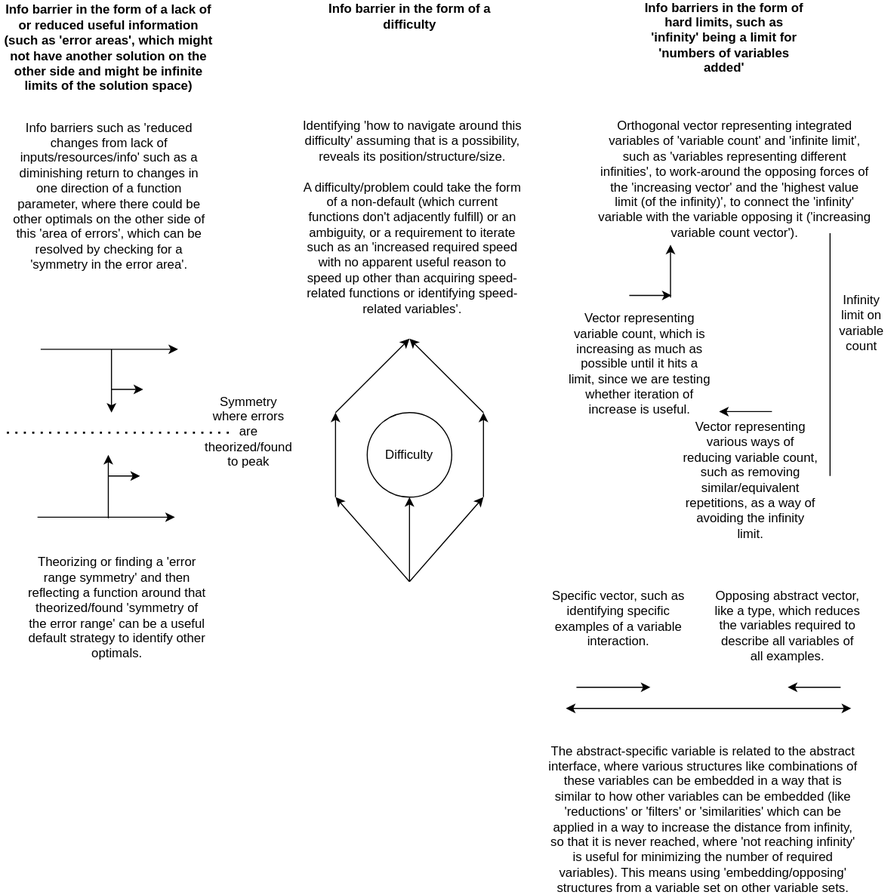
Above: docs/objects/info_barriers.drawio.svg in outdreamer/build-a-cure (draw.io), before the change. Source tidied: cells renumbered, new cells last; positions are measured from the earlier drawing's top-left corner, leaving out a move shared by most shapes.
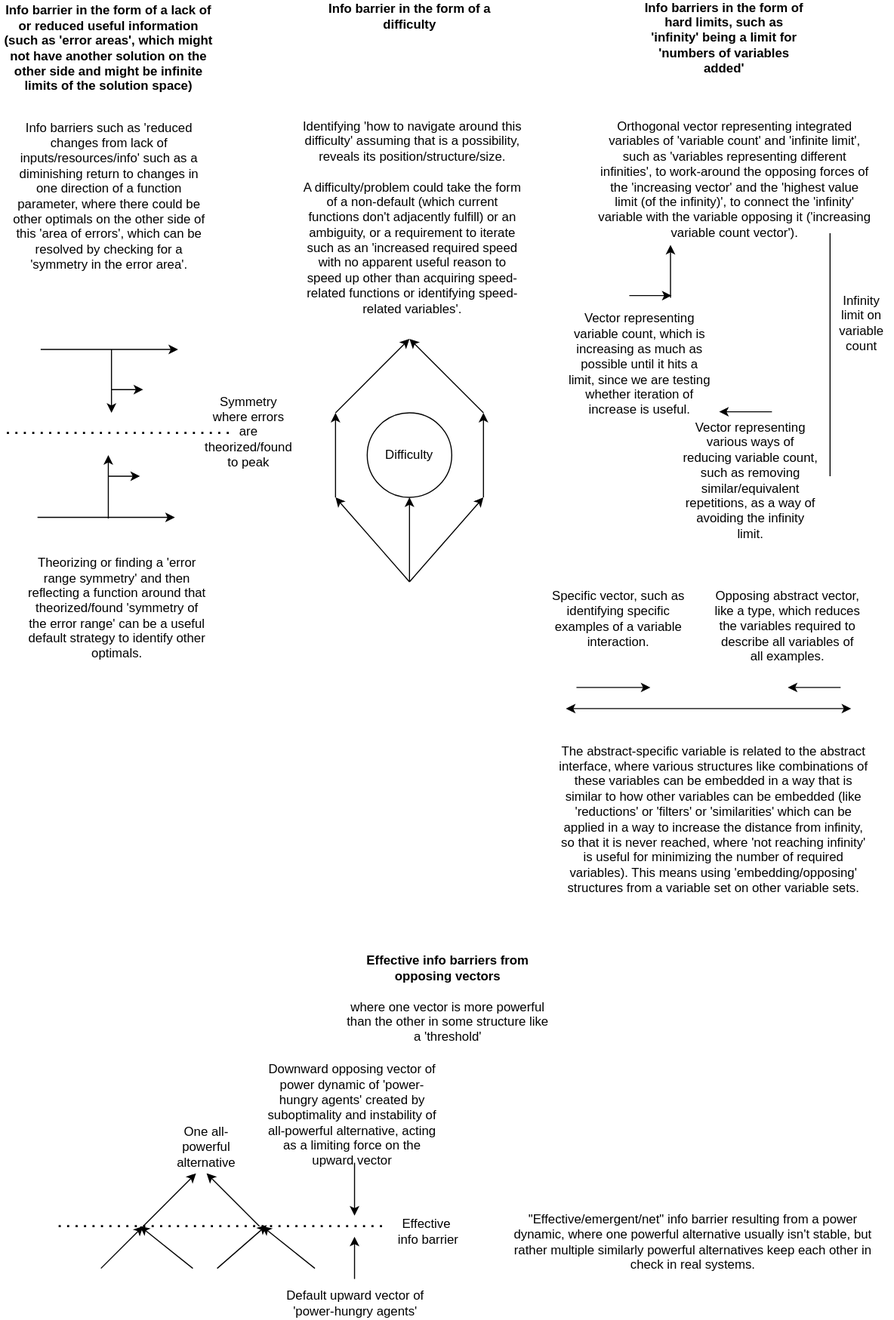
Later version of the same file.

The edit, as a diff of the source:
```diff
@@ -165,7 +165,7 @@
       </mxGeometry>
     </mxCell>
     <mxCell id="35" value="The abstract-specific variable is related to the abstract interface, where various structures like combinations of these variables can be embedded in a way that is similar to how other variables can be embedded (like 'reductions' or 'filters' or 'similarities' which can be applied in a way to increase the distance from infinity, so that it is never reached, where 'not reaching infinity' is useful for minimizing the number of required variables). This means using 'embedding/opposing' structures from a variable set on other variable sets." style="text;html=1;strokeColor=none;fillColor=none;align=center;verticalAlign=middle;whiteSpace=wrap;rounded=0;" parent="1" vertex="1">
-      <mxGeometry x="515" y="760" width="300" height="30" as="geometry" />
+      <mxGeometry x="525" y="760" width="300" height="30" as="geometry" />
     </mxCell>
     <mxCell id="36" value="Opposing abstract vector, like a type, which reduces the variables required to describe all variables of all examples." style="text;html=1;strokeColor=none;fillColor=none;align=center;verticalAlign=middle;whiteSpace=wrap;rounded=0;" parent="1" vertex="1">
       <mxGeometry x="675" y="577" width="140" height="30" as="geometry" />
@@ -173,5 +173,77 @@
     <mxCell id="37" value="Specific vector, such as identifying specific examples of a variable interaction." style="text;html=1;strokeColor=none;fillColor=none;align=center;verticalAlign=middle;whiteSpace=wrap;rounded=0;" parent="1" vertex="1">
       <mxGeometry x="515" y="570" width="140" height="30" as="geometry" />
     </mxCell>
+    <mxCell id="38" style="endArrow=classic;html=1;rounded=0;" parent="1" edge="1">
+      <mxGeometry relative="1" as="geometry">
+        <mxPoint x="135" y="1160" as="sourcePoint" />
+        <mxPoint x="185" y="1110" as="targetPoint" />
+      </mxGeometry>
+    </mxCell>
+    <mxCell id="39" style="endArrow=classic;html=1;rounded=0;" parent="1" edge="1">
+      <mxGeometry relative="1" as="geometry">
+        <mxPoint x="245" y="1160" as="sourcePoint" />
+        <mxPoint x="195" y="1110" as="targetPoint" />
+      </mxGeometry>
+    </mxCell>
+    <mxCell id="40" style="endArrow=classic;html=1;rounded=0;" parent="1" edge="1">
+      <mxGeometry relative="1" as="geometry">
+        <mxPoint x="95" y="1200" as="sourcePoint" />
+        <mxPoint x="135" y="1160" as="targetPoint" />
+      </mxGeometry>
+    </mxCell>
+    <mxCell id="41" style="endArrow=classic;html=1;rounded=0;" parent="1" edge="1">
+      <mxGeometry relative="1" as="geometry">
+        <mxPoint x="182" y="1200" as="sourcePoint" />
+        <mxPoint x="132" y="1160" as="targetPoint" />
+      </mxGeometry>
+    </mxCell>
+    <mxCell id="42" style="endArrow=classic;html=1;rounded=0;" parent="1" edge="1">
+      <mxGeometry relative="1" as="geometry">
+        <mxPoint x="297.5" y="1200" as="sourcePoint" />
+        <mxPoint x="247.5" y="1160" as="targetPoint" />
+      </mxGeometry>
+    </mxCell>
+    <mxCell id="43" style="endArrow=classic;html=1;rounded=0;" parent="1" edge="1">
+      <mxGeometry relative="1" as="geometry">
+        <mxPoint x="205" y="1200" as="sourcePoint" />
+        <mxPoint x="252" y="1159" as="targetPoint" />
+      </mxGeometry>
+    </mxCell>
+    <mxCell id="44" style="endArrow=none;dashed=1;html=1;dashPattern=1 3;strokeWidth=2;rounded=0;" parent="1" edge="1">
+      <mxGeometry relative="1" as="geometry">
+        <mxPoint x="55" y="1160" as="sourcePoint" />
+        <mxPoint x="365" y="1160" as="targetPoint" />
+      </mxGeometry>
+    </mxCell>
+    <mxCell id="45" value="&quot;Effective/emergent/net&quot; info barrier resulting from a power dynamic, where one powerful alternative usually isn't stable, but rather multiple similarly powerful alternatives keep each other in check in real systems." style="text;html=1;strokeColor=none;fillColor=none;align=center;verticalAlign=middle;whiteSpace=wrap;rounded=0;" parent="1" vertex="1">
+      <mxGeometry x="477.5" y="1140" width="355" height="70" as="geometry" />
+    </mxCell>
+    <mxCell id="46" value="One all-powerful alternative" style="text;html=1;strokeColor=none;fillColor=none;align=center;verticalAlign=middle;whiteSpace=wrap;rounded=0;" parent="1" vertex="1">
+      <mxGeometry x="165" y="1070" width="60" height="30" as="geometry" />
+    </mxCell>
+    <mxCell id="47" value="Effective&amp;nbsp;&lt;br&gt;info barrier" style="text;html=1;strokeColor=none;fillColor=none;align=center;verticalAlign=middle;whiteSpace=wrap;rounded=0;" parent="1" vertex="1">
+      <mxGeometry x="375" y="1150" width="60" height="30" as="geometry" />
+    </mxCell>
+    <mxCell id="48" style="endArrow=classic;html=1;rounded=0;" parent="1" edge="1">
+      <mxGeometry relative="1" as="geometry">
+        <mxPoint x="335" y="1100" as="sourcePoint" />
+        <mxPoint x="335" y="1150" as="targetPoint" />
+      </mxGeometry>
+    </mxCell>
+    <mxCell id="49" value="Downward opposing vector of power dynamic of 'power-hungry agents' created by suboptimality and instability of all-powerful alternative, acting as a limiting force on the upward vector" style="text;html=1;strokeColor=none;fillColor=none;align=center;verticalAlign=middle;whiteSpace=wrap;rounded=0;" parent="1" vertex="1">
+      <mxGeometry x="247.5" y="1040" width="170" height="30" as="geometry" />
+    </mxCell>
+    <mxCell id="50" style="endArrow=classic;html=1;rounded=0;" parent="1" edge="1">
+      <mxGeometry relative="1" as="geometry">
+        <mxPoint x="335" y="1210" as="sourcePoint" />
+        <mxPoint x="335" y="1170" as="targetPoint" />
+      </mxGeometry>
+    </mxCell>
+    <mxCell id="51" value="Default upward vector of 'power-hungry agents'" style="text;html=1;strokeColor=none;fillColor=none;align=center;verticalAlign=middle;whiteSpace=wrap;rounded=0;" parent="1" vertex="1">
+      <mxGeometry x="266" y="1218" width="140" height="30" as="geometry" />
+    </mxCell>
+    <mxCell id="52" value="&lt;b&gt;Effective info barriers from opposing vectors&lt;br&gt;&lt;br&gt;&lt;/b&gt;where one vector is more powerful than the other in some structure like a 'threshold'" style="text;html=1;strokeColor=none;fillColor=none;align=center;verticalAlign=middle;whiteSpace=wrap;rounded=0;" parent="1" vertex="1">
+      <mxGeometry x="325" y="930" width="197" height="30" as="geometry" />
+    </mxCell>
   </root>
 </mxGraphModel>
```
